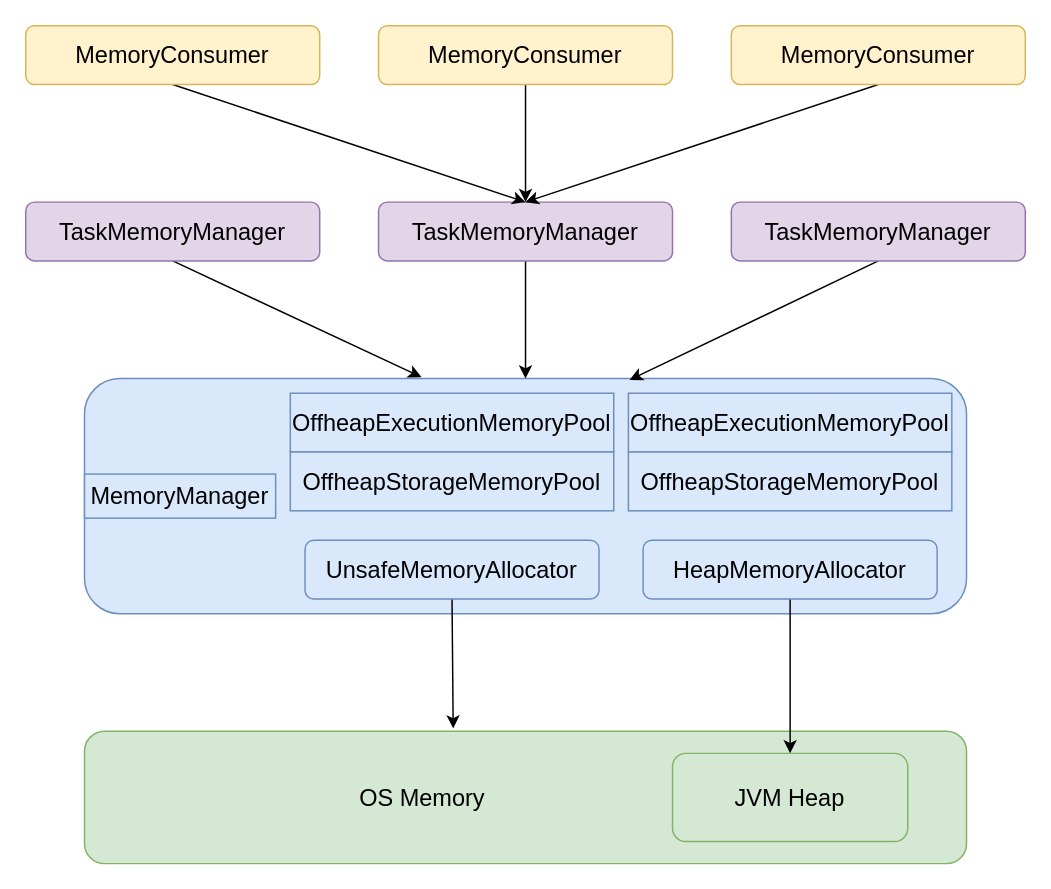
The draw.io diagram imgs/spark/task_result_store&fetch.drawio in rainsbaby/notebook, before the edit. Source tidied: cells renumbered, new cells numbered last; positions are measured from the earlier drawing's top-left corner, leaving out a move shared by most shapes. Both pictures are drawn from the tidied source at 147%, with x=0, y=0 at pixel (25, 25).
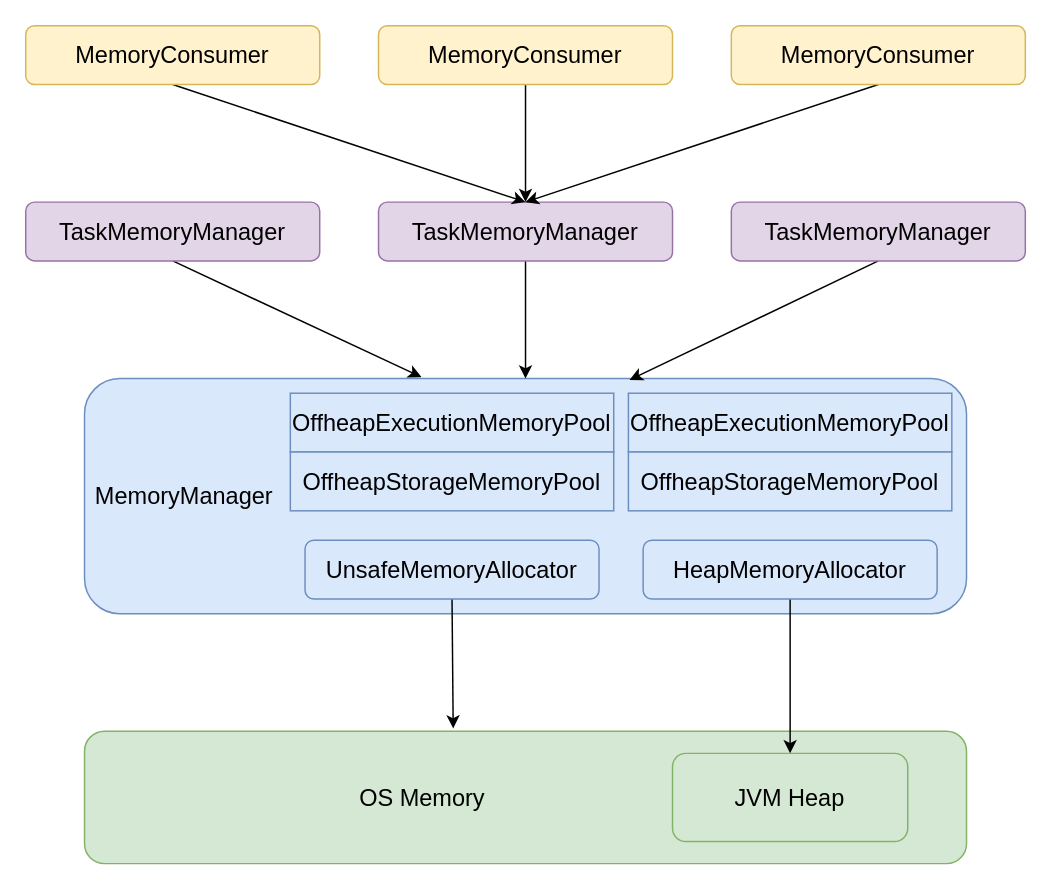
The same page after the edit.

Change to the diagram source:
```diff
@@
-    <mxCell id="14" value="MemoryManager" style="text;html=1;strokeColor=#6c8ebf;fillColor=#dae8fc;align=center;verticalAlign=middle;whiteSpace=wrap;rounded=0;fontSize=16;" parent="1" vertex="1">
-      <mxGeometry x="40" y="305" width="130" height="30" as="geometry" />
+    <mxCell id="14" value="MemoryManager" style="text;html=1;strokeColor=none;fillColor=#dae8fc;align=center;verticalAlign=middle;whiteSpace=wrap;rounded=0;fontSize=16;" parent="1" vertex="1">
+      <mxGeometry x="43" y="305" width="130" height="30" as="geometry" />
     </mxCell>
```
